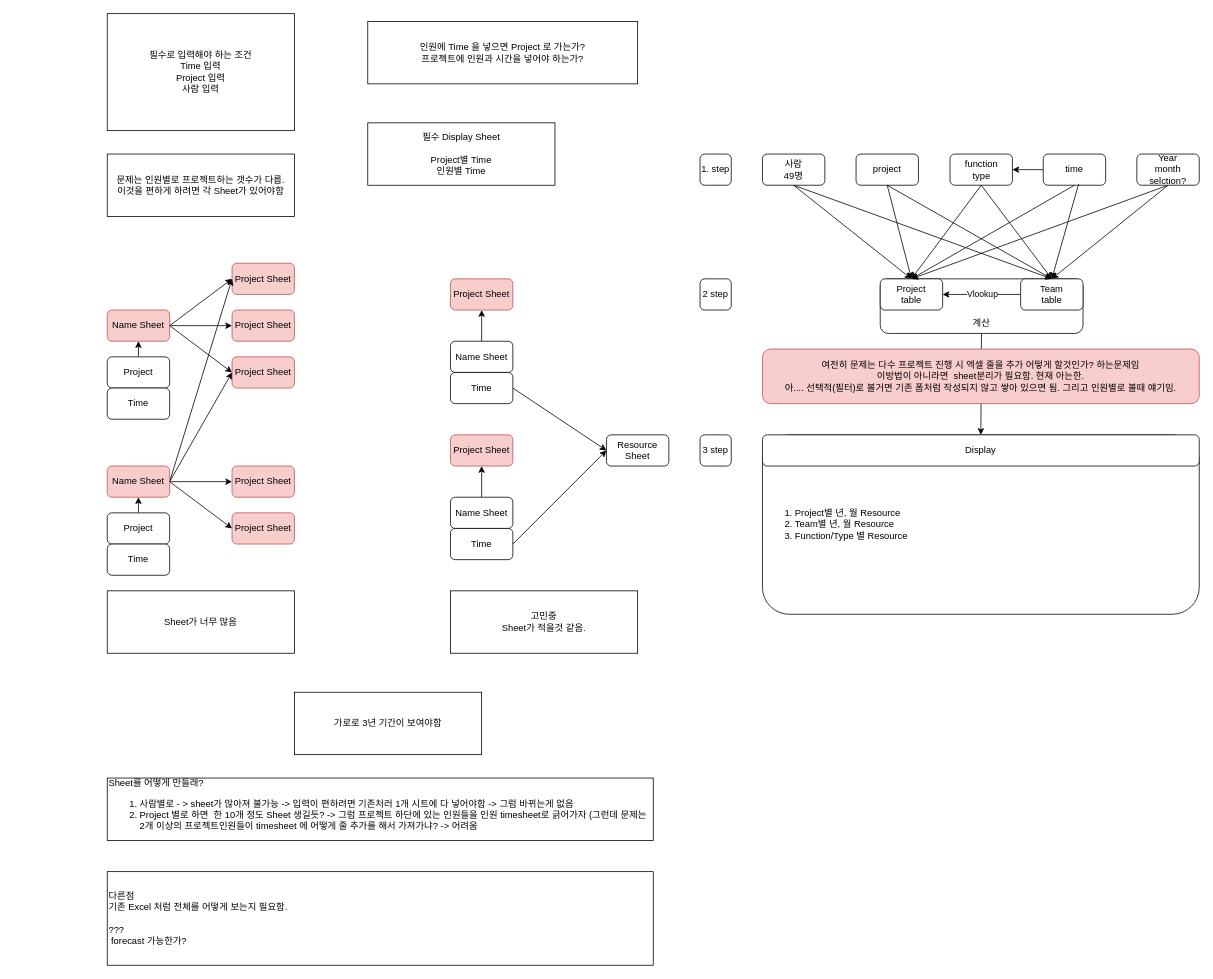
Before: 제목 없는 다이어그램.drawio in EdwardsKorea/CommonDrawIO, a draw.io diagram. Source tidied: cells renumbered, new cells numbered last; positions are measured from the earlier drawing's top-left corner, leaving out a move shared by most shapes. Both pictures are drawn from the tidied source at 78%, with x=0, y=0 at pixel (107, 13).
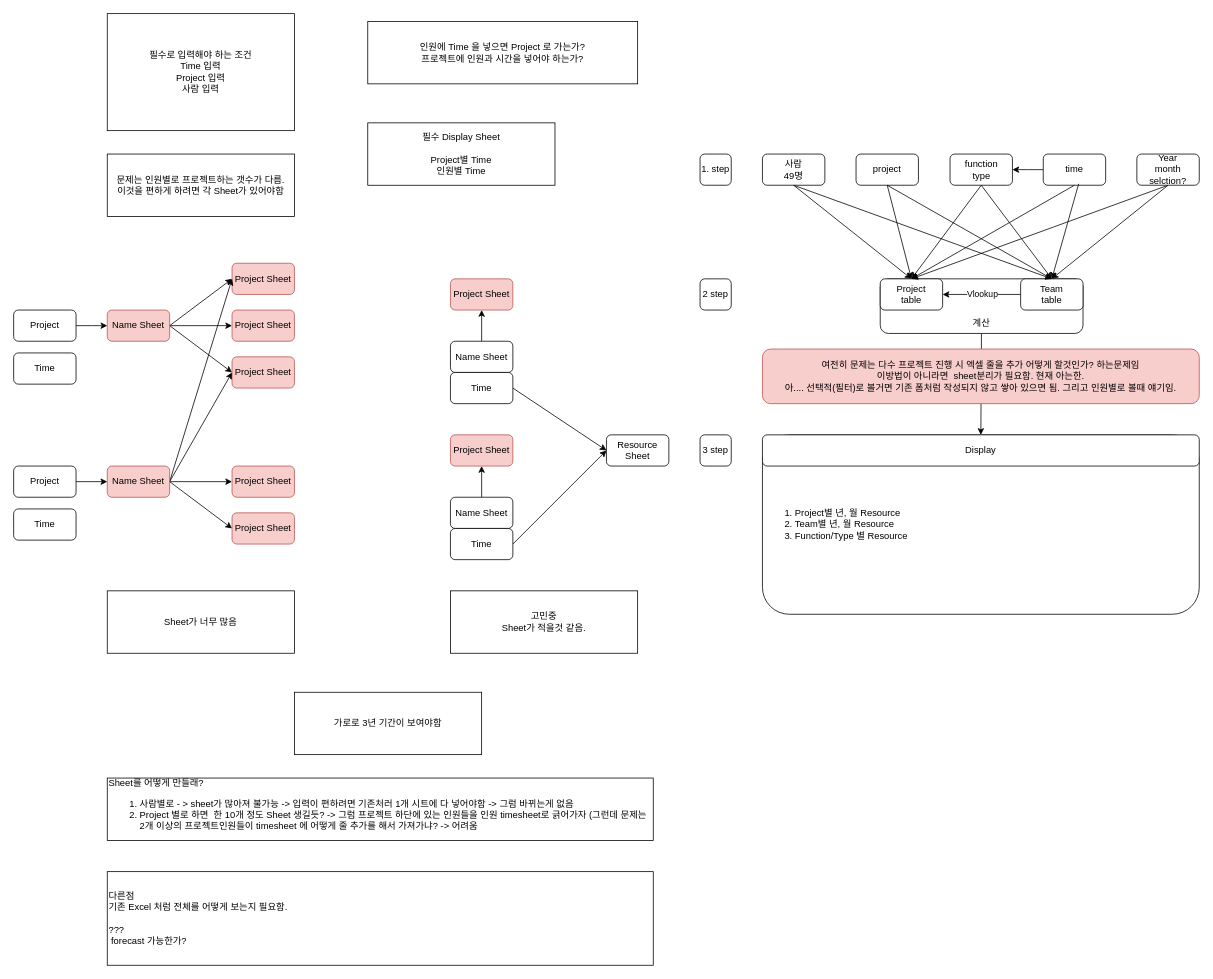
The same page after the edit.

Commit message:
제목 없는 다이어그램.drawio 업데이트

Unchanged cells that the change refers to:
```xml
<mxCell id="8" value="Name Sheet" style="rounded=1;whiteSpace=wrap;html=1;fillColor=#f8cecc;strokeColor=#b85450;" parent="1" vertex="1">
  <mxGeometry y="380" width="80" height="40" as="geometry" />
</mxCell>
<mxCell id="19" value="Name Sheet" style="rounded=1;whiteSpace=wrap;html=1;fillColor=#f8cecc;strokeColor=#b85450;" parent="1" vertex="1">
  <mxGeometry y="580" width="80" height="40" as="geometry" />
</mxCell>
```

The edit, as a diff of the source:
```diff
@@
-    <mxCell id="9" style="edgeStyle=orthogonalEdgeStyle;rounded=0;jettySize=auto;html=1;exitX=0.5;exitY=0;exitDx=0;exitDy=0;entryX=0.5;entryY=1;entryDx=0;entryDy=0;" parent="1" edge="1" source="10" target="8">
-      <mxGeometry relative="1" as="geometry" />
-    </mxCell>
-    <mxCell id="10" value="Project" style="rounded=1;whiteSpace=wrap;html=1;" parent="1" vertex="1">
-      <mxGeometry y="440" width="80" height="40" as="geometry" />
-    </mxCell>
-    <mxCell id="11" value="Time" style="rounded=1;whiteSpace=wrap;html=1;" parent="1" vertex="1">
-      <mxGeometry y="480" width="80" height="40" as="geometry" />
-    </mxCell>
@@
-    <mxCell id="20" style="edgeStyle=orthogonalEdgeStyle;rounded=0;jettySize=auto;html=1;exitX=0.5;exitY=0;exitDx=0;exitDy=0;entryX=0.5;entryY=1;entryDx=0;entryDy=0;" parent="1" edge="1" source="21" target="19">
+    <mxCell id="20" style="edgeStyle=orthogonalEdgeStyle;rounded=0;jettySize=auto;html=1;exitX=1;exitY=0.5;exitDx=0;exitDy=0;entryX=0;entryY=0.5;entryDx=0;entryDy=0;" parent="1" edge="1" source="21" target="19">
       <mxGeometry relative="1" as="geometry" />
     </mxCell>
     <mxCell id="21" value="Project" style="rounded=1;whiteSpace=wrap;html=1;" parent="1" vertex="1">
-      <mxGeometry y="640" width="80" height="40" as="geometry" />
+      <mxGeometry x="-120" y="580" width="80" height="40" as="geometry" />
     </mxCell>
     <mxCell id="22" value="Time" style="rounded=1;whiteSpace=wrap;html=1;" parent="1" vertex="1">
-      <mxGeometry y="680" width="80" height="40" as="geometry" />
+      <mxGeometry x="-120" y="635" width="80" height="40" as="geometry" />
     </mxCell>
@@
+    <mxCell id="71" style="edgeStyle=orthogonalEdgeStyle;rounded=0;jettySize=auto;html=1;exitX=1;exitY=0.5;exitDx=0;exitDy=0;entryX=0;entryY=0.5;entryDx=0;entryDy=0;" parent="1" edge="1" source="10">
+      <mxGeometry relative="1" as="geometry">
+        <mxPoint y="400" as="targetPoint" />
+      </mxGeometry>
+    </mxCell>
+    <mxCell id="10" value="Project" style="rounded=1;whiteSpace=wrap;html=1;" parent="1" vertex="1">
+      <mxGeometry x="-120" y="380" width="80" height="40" as="geometry" />
+    </mxCell>
+    <mxCell id="11" value="Time" style="rounded=1;whiteSpace=wrap;html=1;" parent="1" vertex="1">
+      <mxGeometry x="-120" y="435" width="80" height="40" as="geometry" />
+    </mxCell>
```
